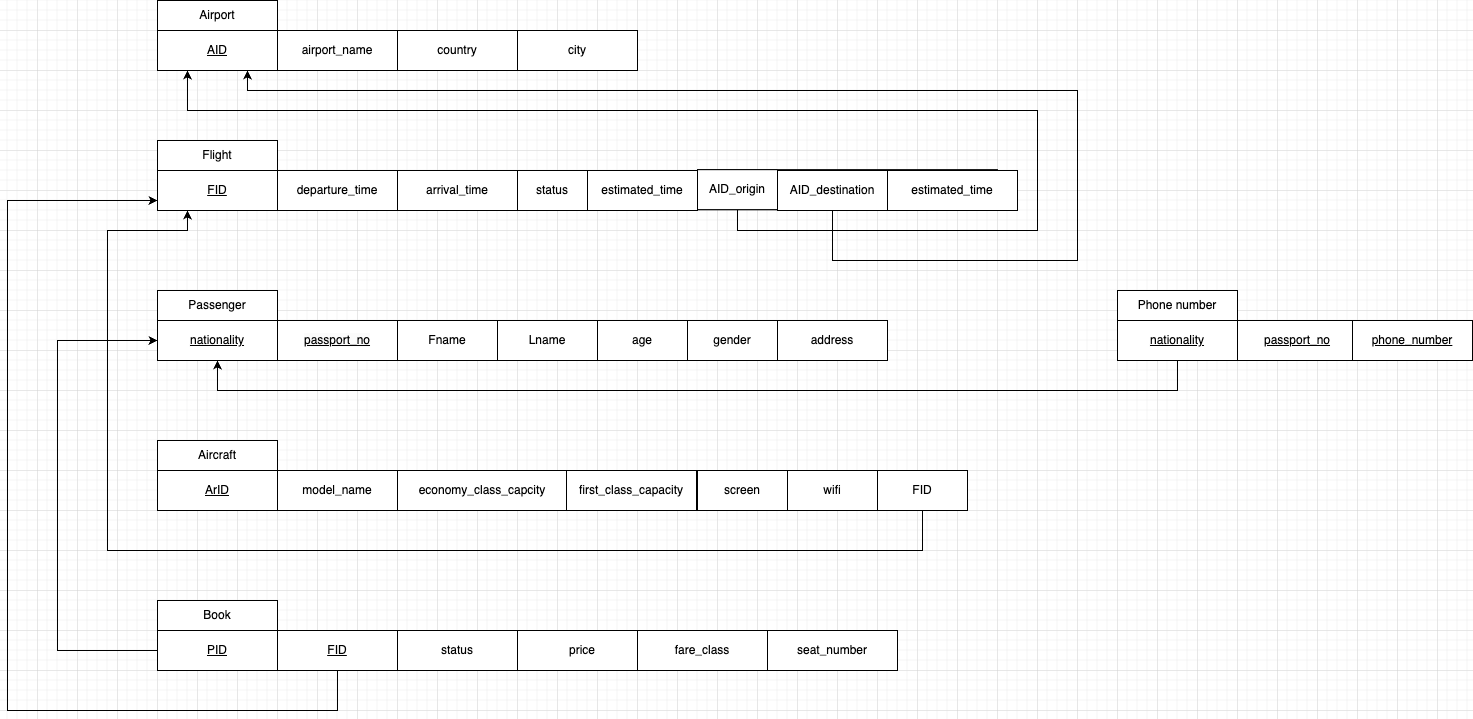
Above: Relational-shcema.png in AbdullahKhkmba/Airport-DBMS (draw.io), before the change. Source tidied: cells renumbered, new cells last; positions are measured from the earlier drawing's top-left corner, leaving out a move shared by most shapes.
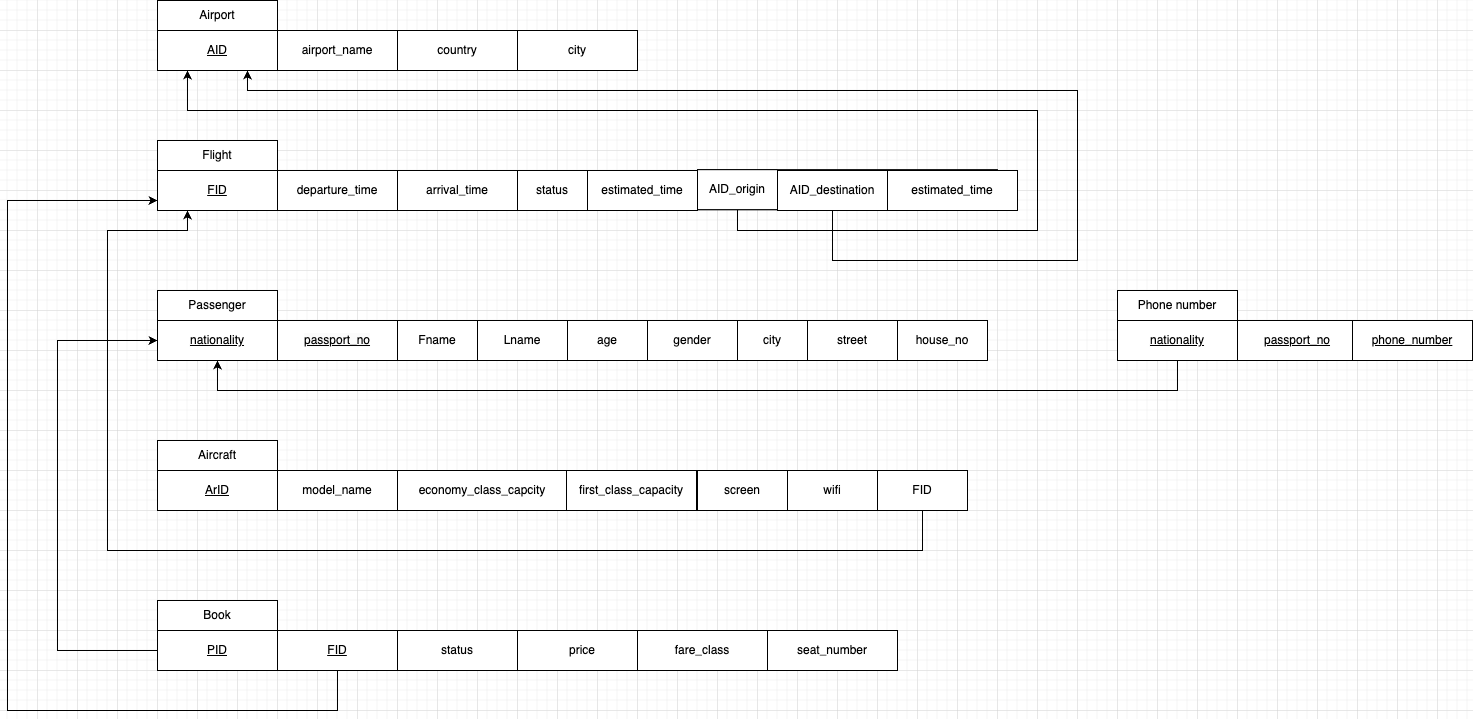
Above is the later version.

The edit, as a diff of the source:
```diff
@@ -60,19 +60,19 @@
       <mxGeometry x="270" y="320" width="120" height="40" as="geometry" />
     </mxCell>
     <mxCell id="20" value="Fname" style="rounded=0;whiteSpace=wrap;html=1;" parent="1" vertex="1">
-      <mxGeometry x="390" y="320" width="100" height="40" as="geometry" />
+      <mxGeometry x="390" y="320" width="80" height="40" as="geometry" />
     </mxCell>
     <mxCell id="21" value="Lname" style="rounded=0;whiteSpace=wrap;html=1;" parent="1" vertex="1">
-      <mxGeometry x="490" y="320" width="100" height="40" as="geometry" />
+      <mxGeometry x="470" y="320" width="90" height="40" as="geometry" />
     </mxCell>
     <mxCell id="22" value="age" style="rounded=0;whiteSpace=wrap;html=1;" parent="1" vertex="1">
-      <mxGeometry x="590" y="320" width="90" height="40" as="geometry" />
+      <mxGeometry x="560" y="320" width="80" height="40" as="geometry" />
     </mxCell>
     <mxCell id="23" value="gender" style="rounded=0;whiteSpace=wrap;html=1;" parent="1" vertex="1">
-      <mxGeometry x="680" y="320" width="90" height="40" as="geometry" />
+      <mxGeometry x="640" y="320" width="90" height="40" as="geometry" />
     </mxCell>
-    <mxCell id="24" value="address" style="rounded=0;whiteSpace=wrap;html=1;" parent="1" vertex="1">
-      <mxGeometry x="770" y="320" width="110" height="40" as="geometry" />
+    <mxCell id="24" value="city" style="rounded=0;whiteSpace=wrap;html=1;" parent="1" vertex="1">
+      <mxGeometry x="730" y="320" width="70" height="40" as="geometry" />
     </mxCell>
     <mxCell id="25" value="Aircraft" style="rounded=0;whiteSpace=wrap;html=1;" parent="1" vertex="1">
       <mxGeometry x="150" y="440" width="120" height="30" as="geometry" />
@@ -226,5 +226,11 @@
     <mxCell id="61" value="&lt;u&gt;phone_number&lt;/u&gt;" style="rounded=0;whiteSpace=wrap;html=1;" parent="1" vertex="1">
       <mxGeometry x="1345" y="320" width="120" height="40" as="geometry" />
     </mxCell>
+    <mxCell id="62" value="street" style="rounded=0;whiteSpace=wrap;html=1;" parent="1" vertex="1">
+      <mxGeometry x="800" y="320" width="90" height="40" as="geometry" />
+    </mxCell>
+    <mxCell id="63" value="house_no" style="rounded=0;whiteSpace=wrap;html=1;" parent="1" vertex="1">
+      <mxGeometry x="890" y="320" width="90" height="40" as="geometry" />
+    </mxCell>
   </root>
 </mxGraphModel>
```
